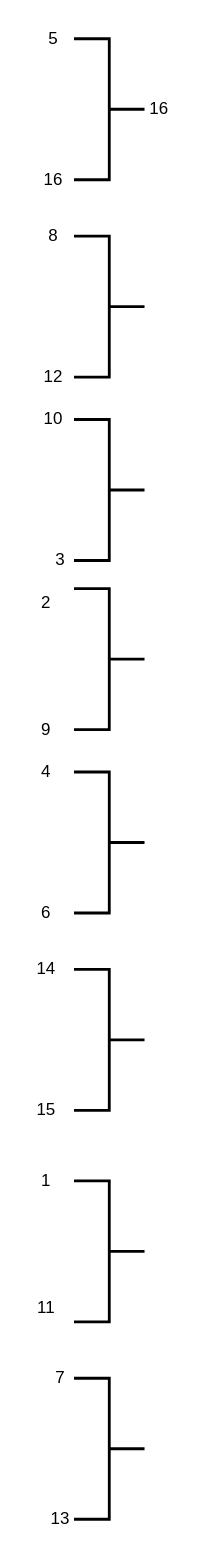
Earlier version of the draw.io diagram Giai_IMGOD.drawio (nmduc99/Draw). Source tidied: cells renumbered, new cells numbered last; positions are measured from the earlier drawing's top-left corner, leaving out a move shared by most shapes. Both pictures are drawn from the tidied source at 141%, with x=0, y=0 at pixel (24, 24).
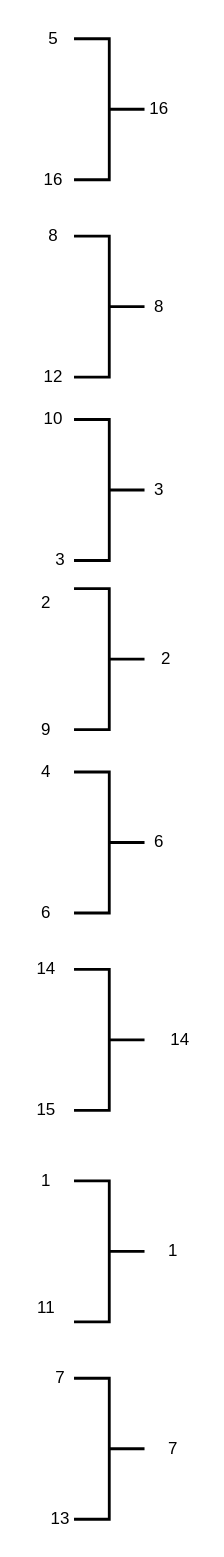
The same diagram, later.

Diff of the diagram source:
```diff
@@
+    <mxCell id="27" value="8" style="text;html=1;align=center;verticalAlign=middle;strokeColor=none;" parent="1" vertex="1">
+      <mxGeometry x="85" y="190" width="20" height="20" as="geometry" />
+    </mxCell>
+    <mxCell id="28" value="2" style="text;html=1;align=center;verticalAlign=middle;strokeColor=none;" parent="1" vertex="1">
+      <mxGeometry x="90" y="440" width="20" height="20" as="geometry" />
+    </mxCell>
+    <mxCell id="29" value="14" style="text;html=1;align=center;verticalAlign=middle;strokeColor=none;" parent="1" vertex="1">
+      <mxGeometry x="95" y="710" width="30" height="20" as="geometry" />
+    </mxCell>
+    <mxCell id="30" value="1" style="text;html=1;align=center;verticalAlign=middle;strokeColor=none;" parent="1" vertex="1">
+      <mxGeometry x="95" y="860" width="20" height="20" as="geometry" />
+    </mxCell>
+    <mxCell id="31" value="7" style="text;html=1;align=center;verticalAlign=middle;strokeColor=none;" parent="1" vertex="1">
+      <mxGeometry x="95" y="1000" width="20" height="20" as="geometry" />
+    </mxCell>
+    <mxCell id="32" value="6" style="text;html=1;align=center;verticalAlign=middle;strokeColor=none;" parent="1" vertex="1">
+      <mxGeometry x="85" y="570" width="20" height="20" as="geometry" />
+    </mxCell>
+    <mxCell id="33" value="3" style="text;html=1;align=center;verticalAlign=middle;strokeColor=none;" parent="1" vertex="1">
+      <mxGeometry x="85" y="320" width="20" height="20" as="geometry" />
+    </mxCell>
```
